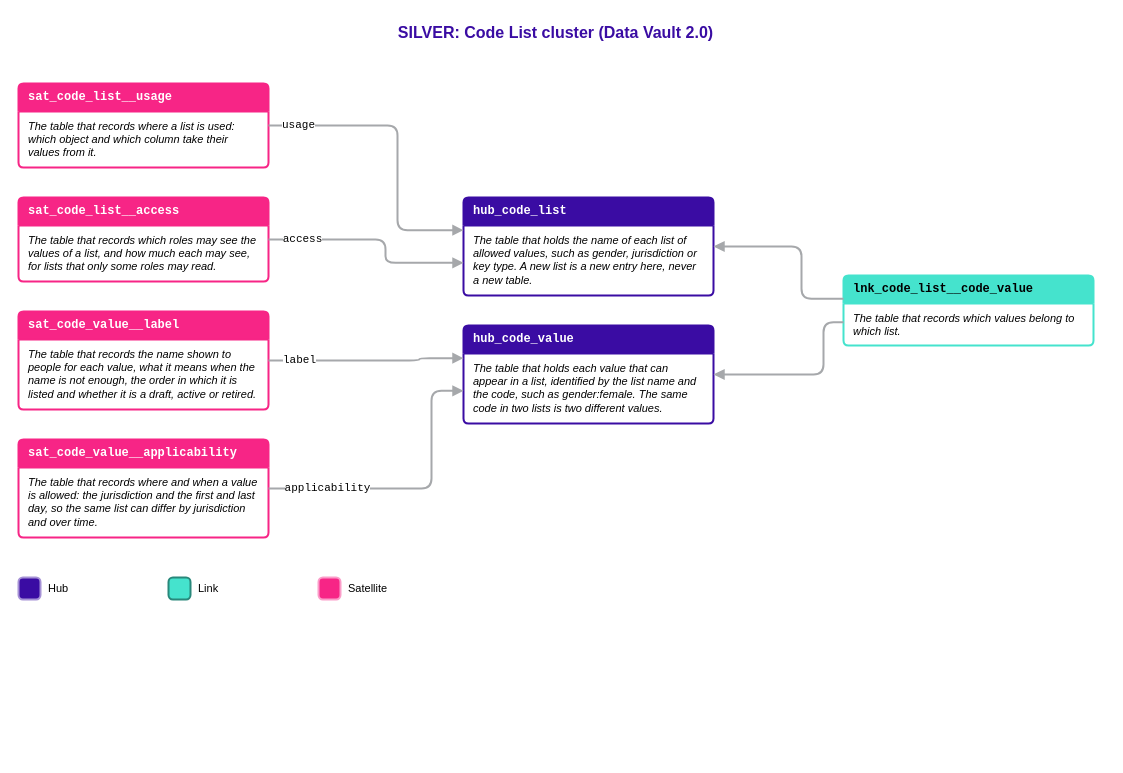
luisruizML/documents keeps this draw.io diagram as Rosetta/Business_Objects/drawio/Diagrams_Code_List_Simplified.drawio. Above is the earlier version. Source tidied: cells renumbered, new cells numbered last; positions are measured from the earlier drawing's top-left corner, leaving out a move shared by most shapes. Both pictures are drawn from the tidied source at 100%, with x=0, y=0 at pixel (18, 17).
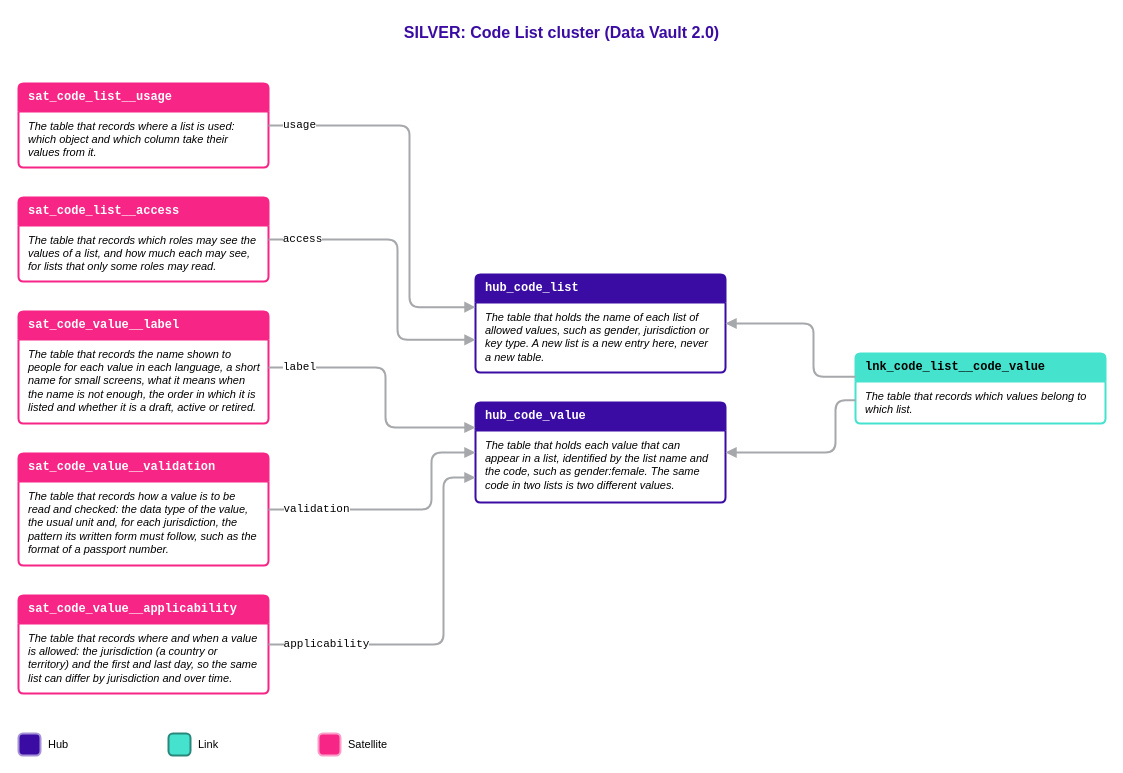
After the change.

The edit, as a diff of the source:
```diff
@@
     <mxCell id="2" value="SILVER: Code List cluster (Data Vault 2.0)" style="text;html=1;whiteSpace=wrap;align=center;verticalAlign=middle;fontFamily=Mulish;fontStyle=1;fontSize=16;fontColor=#3A0CA3;" parent="1" vertex="1">
-      <mxGeometry width="1075" height="30" as="geometry" />
+      <mxGeometry width="1087" height="30" as="geometry" />
     </mxCell>
     <mxCell id="3" value="hub_code_list" style="swimlane;html=1;whiteSpace=wrap;rounded=1;arcSize=6;startSize=28;fillColor=#3A0CA3;swimlaneFillColor=#FFFFFF;strokeColor=#3A0CA3;strokeWidth=2;fontFamily=Courier New;fontSize=12;fontStyle=1;fontColor=#FFFFFF;align=left;spacingLeft=8;" parent="1" vertex="1">
-      <mxGeometry x="445" y="180" width="250" height="98" as="geometry" />
+      <mxGeometry x="457" y="257" width="250" height="98" as="geometry" />
     </mxCell>
@@
     <mxCell id="5" value="hub_code_value" style="swimlane;html=1;whiteSpace=wrap;rounded=1;arcSize=6;startSize=28;fillColor=#3A0CA3;swimlaneFillColor=#FFFFFF;strokeColor=#3A0CA3;strokeWidth=2;fontFamily=Courier New;fontSize=12;fontStyle=1;fontColor=#FFFFFF;align=left;spacingLeft=8;" parent="1" vertex="1">
-      <mxGeometry x="445" y="308" width="250" height="98" as="geometry" />
+      <mxGeometry x="457" y="385" width="250" height="100" as="geometry" />
     </mxCell>
@@
     <mxCell id="7" value="lnk_code_list__code_value" style="swimlane;html=1;whiteSpace=wrap;rounded=1;arcSize=6;startSize=28;fillColor=#45E3CD;swimlaneFillColor=#FFFFFF;strokeColor=#45E3CD;strokeWidth=2;fontFamily=Courier New;fontSize=12;fontStyle=1;fontColor=#000000;align=left;spacingLeft=8;" parent="1" vertex="1">
-      <mxGeometry x="825" y="258" width="250" height="70" as="geometry" />
+      <mxGeometry x="837" y="336" width="250" height="70" as="geometry" />
     </mxCell>
@@
     <mxCell id="9" value="sat_code_value__label" style="swimlane;html=1;whiteSpace=wrap;rounded=1;arcSize=6;startSize=28;fillColor=#F72586;swimlaneFillColor=#FFFFFF;strokeColor=#F72586;strokeWidth=2;fontFamily=Courier New;fontSize=12;fontStyle=1;fontColor=#FFFFFF;align=left;spacingLeft=8;" parent="1" vertex="1">
-      <mxGeometry y="294" width="250" height="98" as="geometry" />
+      <mxGeometry y="294" width="250" height="112" as="geometry" />
     </mxCell>
-    <mxCell id="10" value="The table that records the name shown to people for each value, what it means when the name is not enough, the order in which it is listed and whether it is a draft, active or retired." style="text;html=1;whiteSpace=wrap;align=left;verticalAlign=top;fontFamily=Arial;fontSize=11;fontStyle=2;fontColor=#000000;spacingLeft=8;spacingRight=8;" parent="9" vertex="1">
-      <mxGeometry y="30" width="250" height="62" as="geometry" />
+    <mxCell id="10" value="The table that records the name shown to people for each value in each language, a short name for small screens, what it means when the name is not enough, the order in which it is listed and whether it is a draft, active or retired." style="text;html=1;whiteSpace=wrap;align=left;verticalAlign=top;fontFamily=Arial;fontSize=11;fontStyle=2;fontColor=#000000;spacingLeft=8;spacingRight=8;" parent="9" vertex="1">
+      <mxGeometry y="30" width="250" height="76" as="geometry" />
     </mxCell>
-    <mxCell id="11" value="sat_code_value__applicability" style="swimlane;html=1;whiteSpace=wrap;rounded=1;arcSize=6;startSize=28;fillColor=#F72586;swimlaneFillColor=#FFFFFF;strokeColor=#F72586;strokeWidth=2;fontFamily=Courier New;fontSize=12;fontStyle=1;fontColor=#FFFFFF;align=left;spacingLeft=8;" parent="1" vertex="1">
-      <mxGeometry y="422" width="250" height="98" as="geometry" />
+    <mxCell id="11" value="sat_code_value__validation" style="swimlane;html=1;whiteSpace=wrap;rounded=1;arcSize=6;startSize=28;fillColor=#F72586;swimlaneFillColor=#FFFFFF;strokeColor=#F72586;strokeWidth=2;fontFamily=Courier New;fontSize=12;fontStyle=1;fontColor=#FFFFFF;align=left;spacingLeft=8;" parent="1" vertex="1">
+      <mxGeometry y="436" width="250" height="112" as="geometry" />
     </mxCell>
-    <mxCell id="12" value="The table that records where and when a value is allowed: the jurisdiction and the first and last day, so the same list can differ by jurisdiction and over time." style="text;html=1;whiteSpace=wrap;align=left;verticalAlign=top;fontFamily=Arial;fontSize=11;fontStyle=2;fontColor=#000000;spacingLeft=8;spacingRight=8;" parent="11" vertex="1">
-      <mxGeometry y="30" width="250" height="62" as="geometry" />
+    <mxCell id="12" value="The table that records how a value is to be read and checked: the data type of the value, the usual unit and, for each jurisdiction, the pattern its written form must follow, such as the format of a passport number." style="text;html=1;whiteSpace=wrap;align=left;verticalAlign=top;fontFamily=Arial;fontSize=11;fontStyle=2;fontColor=#000000;spacingLeft=8;spacingRight=8;" parent="11" vertex="1">
+      <mxGeometry y="30" width="250" height="76" as="geometry" />
     </mxCell>
-    <mxCell id="13" value="sat_code_list__usage" style="swimlane;html=1;whiteSpace=wrap;rounded=1;arcSize=6;startSize=28;fillColor=#F72586;swimlaneFillColor=#FFFFFF;strokeColor=#F72586;strokeWidth=2;fontFamily=Courier New;fontSize=12;fontStyle=1;fontColor=#FFFFFF;align=left;spacingLeft=8;" parent="1" vertex="1">
-      <mxGeometry y="66" width="250" height="84" as="geometry" />
+    <mxCell id="13" value="sat_code_value__applicability" style="swimlane;html=1;whiteSpace=wrap;rounded=1;arcSize=6;startSize=28;fillColor=#F72586;swimlaneFillColor=#FFFFFF;strokeColor=#F72586;strokeWidth=2;fontFamily=Courier New;fontSize=12;fontStyle=1;fontColor=#FFFFFF;align=left;spacingLeft=8;" parent="1" vertex="1">
+      <mxGeometry y="578" width="250" height="98" as="geometry" />
     </mxCell>
-    <mxCell id="14" value="The table that records where a list is used: which object and which column take their values from it." style="text;html=1;whiteSpace=wrap;align=left;verticalAlign=top;fontFamily=Arial;fontSize=11;fontStyle=2;fontColor=#000000;spacingLeft=8;spacingRight=8;" parent="13" vertex="1">
-      <mxGeometry y="30" width="250" height="48" as="geometry" />
+    <mxCell id="14" value="The table that records where and when a value is allowed: the jurisdiction (a country or territory) and the first and last day, so the same list can differ by jurisdiction and over time." style="text;html=1;whiteSpace=wrap;align=left;verticalAlign=top;fontFamily=Arial;fontSize=11;fontStyle=2;fontColor=#000000;spacingLeft=8;spacingRight=8;" parent="13" vertex="1">
+      <mxGeometry y="30" width="250" height="62" as="geometry" />
     </mxCell>
-    <mxCell id="15" value="sat_code_list__access" style="swimlane;html=1;whiteSpace=wrap;rounded=1;arcSize=6;startSize=28;fillColor=#F72586;swimlaneFillColor=#FFFFFF;strokeColor=#F72586;strokeWidth=2;fontFamily=Courier New;fontSize=12;fontStyle=1;fontColor=#FFFFFF;align=left;spacingLeft=8;" parent="1" vertex="1">
-      <mxGeometry y="180" width="250" height="84" as="geometry" />
+    <mxCell id="15" value="sat_code_list__usage" style="swimlane;html=1;whiteSpace=wrap;rounded=1;arcSize=6;startSize=28;fillColor=#F72586;swimlaneFillColor=#FFFFFF;strokeColor=#F72586;strokeWidth=2;fontFamily=Courier New;fontSize=12;fontStyle=1;fontColor=#FFFFFF;align=left;spacingLeft=8;" parent="1" vertex="1">
+      <mxGeometry y="66" width="250" height="84" as="geometry" />
     </mxCell>
-    <mxCell id="16" value="The table that records which roles may see the values of a list, and how much each may see, for lists that only some roles may read." style="text;html=1;whiteSpace=wrap;align=left;verticalAlign=top;fontFamily=Arial;fontSize=11;fontStyle=2;fontColor=#000000;spacingLeft=8;spacingRight=8;" parent="15" vertex="1">
+    <mxCell id="16" value="The table that records where a list is used: which object and which column take their values from it." style="text;html=1;whiteSpace=wrap;align=left;verticalAlign=top;fontFamily=Arial;fontSize=11;fontStyle=2;fontColor=#000000;spacingLeft=8;spacingRight=8;" parent="15" vertex="1">
       <mxGeometry y="30" width="250" height="48" as="geometry" />
     </mxCell>
-    <mxCell id="17" style="edgeStyle=orthogonalEdgeStyle;rounded=1;jumpStyle=arc;jumpSize=8;html=1;strokeColor=#A6A8AB;strokeWidth=2;endArrow=block;endFill=1;exitX=0;exitY=0.3333;exitDx=0;exitDy=0;entryX=1;entryY=0.5;entryDx=0;entryDy=0;labelBackgroundColor=#FFFFFF;fontFamily=Courier New;fontSize=11;fontColor=#000000;" parent="1" edge="1" source="7" target="3">
-      <mxGeometry x="-0.89" relative="1" as="geometry">
-        <Array as="points">
-          <mxPoint x="783" y="281.3" />
-          <mxPoint x="783" y="229" />
-        </Array>
-      </mxGeometry>
+    <mxCell id="17" value="sat_code_list__access" style="swimlane;html=1;whiteSpace=wrap;rounded=1;arcSize=6;startSize=28;fillColor=#F72586;swimlaneFillColor=#FFFFFF;strokeColor=#F72586;strokeWidth=2;fontFamily=Courier New;fontSize=12;fontStyle=1;fontColor=#FFFFFF;align=left;spacingLeft=8;" parent="1" vertex="1">
+      <mxGeometry y="180" width="250" height="84" as="geometry" />
     </mxCell>
-    <mxCell id="18" style="edgeStyle=orthogonalEdgeStyle;rounded=1;jumpStyle=arc;jumpSize=8;html=1;strokeColor=#A6A8AB;strokeWidth=2;endArrow=block;endFill=1;exitX=0;exitY=0.6667;exitDx=0;exitDy=0;entryX=1;entryY=0.5;entryDx=0;entryDy=0;labelBackgroundColor=#FFFFFF;fontFamily=Courier New;fontSize=11;fontColor=#000000;" parent="1" edge="1" source="7" target="5">
-      <mxGeometry x="-0.89" relative="1" as="geometry">
-        <Array as="points">
-          <mxPoint x="805" y="304.7" />
-          <mxPoint x="805" y="357" />
-        </Array>
-      </mxGeometry>
+    <mxCell id="18" value="The table that records which roles may see the values of a list, and how much each may see, for lists that only some roles may read." style="text;html=1;whiteSpace=wrap;align=left;verticalAlign=top;fontFamily=Arial;fontSize=11;fontStyle=2;fontColor=#000000;spacingLeft=8;spacingRight=8;" parent="17" vertex="1">
+      <mxGeometry y="30" width="250" height="48" as="geometry" />
     </mxCell>
-    <mxCell id="19" value="label" style="edgeStyle=orthogonalEdgeStyle;rounded=1;jumpStyle=arc;jumpSize=8;html=1;strokeColor=#A6A8AB;strokeWidth=2;endArrow=block;endFill=1;exitX=1;exitY=0.5;exitDx=0;exitDy=0;entryX=0;entryY=0.3333;entryDx=0;entryDy=0;labelBackgroundColor=#FFFFFF;fontFamily=Courier New;fontSize=11;fontColor=#000000;" parent="1" edge="1" source="9" target="5">
-      <mxGeometry x="-0.69" relative="1" as="geometry">
+    <mxCell id="19" style="edgeStyle=orthogonalEdgeStyle;rounded=1;jumpStyle=arc;jumpSize=8;html=1;strokeColor=#A6A8AB;strokeWidth=2;endArrow=block;endFill=1;exitX=0;exitY=0.3333;exitDx=0;exitDy=0;entryX=1;entryY=0.5;entryDx=0;entryDy=0;labelBackgroundColor=#FFFFFF;fontFamily=Courier New;fontSize=11;fontColor=#000000;" parent="1" edge="1" source="7" target="3">
+      <mxGeometry x="-0.89" relative="1" as="geometry">
         <Array as="points">
-          <mxPoint x="401" y="343" />
-          <mxPoint x="401" y="340.7" />
+          <mxPoint x="795" y="359.3" />
+          <mxPoint x="795" y="306" />
         </Array>
       </mxGeometry>
     </mxCell>
-    <mxCell id="20" value="applicability" style="edgeStyle=orthogonalEdgeStyle;rounded=1;jumpStyle=arc;jumpSize=8;html=1;strokeColor=#A6A8AB;strokeWidth=2;endArrow=block;endFill=1;exitX=1;exitY=0.5;exitDx=0;exitDy=0;entryX=0;entryY=0.6667;entryDx=0;entryDy=0;labelBackgroundColor=#FFFFFF;fontFamily=Courier New;fontSize=11;fontColor=#000000;" parent="1" edge="1" source="11" target="5">
-      <mxGeometry x="-0.6" relative="1" as="geometry">
+    <mxCell id="20" style="edgeStyle=orthogonalEdgeStyle;rounded=1;jumpStyle=arc;jumpSize=8;html=1;strokeColor=#A6A8AB;strokeWidth=2;endArrow=block;endFill=1;exitX=0;exitY=0.6667;exitDx=0;exitDy=0;entryX=1;entryY=0.5;entryDx=0;entryDy=0;labelBackgroundColor=#FFFFFF;fontFamily=Courier New;fontSize=11;fontColor=#000000;" parent="1" edge="1" source="7" target="5">
+      <mxGeometry x="-0.89" relative="1" as="geometry">
         <Array as="points">
-          <mxPoint x="413" y="471" />
-          <mxPoint x="413" y="373.3" />
+          <mxPoint x="817" y="382.7" />
+          <mxPoint x="817" y="435" />
         </Array>
       </mxGeometry>
     </mxCell>
-    <mxCell id="21" value="usage" style="edgeStyle=orthogonalEdgeStyle;rounded=1;jumpStyle=arc;jumpSize=8;html=1;strokeColor=#A6A8AB;strokeWidth=2;endArrow=block;endFill=1;exitX=1;exitY=0.5;exitDx=0;exitDy=0;entryX=0;entryY=0.3333;entryDx=0;entryDy=0;labelBackgroundColor=#FFFFFF;fontFamily=Courier New;fontSize=11;fontColor=#000000;" parent="1" edge="1" source="13" target="3">
-      <mxGeometry x="-0.8" relative="1" as="geometry">
+    <mxCell id="21" value="label" style="edgeStyle=orthogonalEdgeStyle;rounded=1;jumpStyle=arc;jumpSize=8;html=1;strokeColor=#A6A8AB;strokeWidth=2;endArrow=block;endFill=1;exitX=1;exitY=0.5;exitDx=0;exitDy=0;entryX=0;entryY=0.25;entryDx=0;entryDy=0;labelBackgroundColor=#FFFFFF;fontFamily=Courier New;fontSize=11;fontColor=#000000;" parent="1" edge="1" source="9" target="5">
+      <mxGeometry x="-0.77" relative="1" as="geometry">
         <Array as="points">
-          <mxPoint x="379" y="108" />
-          <mxPoint x="379" y="212.7" />
+          <mxPoint x="367" y="350" />
+          <mxPoint x="367" y="410" />
         </Array>
       </mxGeometry>
     </mxCell>
-    <mxCell id="22" value="access" style="edgeStyle=orthogonalEdgeStyle;rounded=1;jumpStyle=arc;jumpSize=8;html=1;strokeColor=#A6A8AB;strokeWidth=2;endArrow=block;endFill=1;exitX=1;exitY=0.5;exitDx=0;exitDy=0;entryX=0;entryY=0.6667;entryDx=0;entryDy=0;labelBackgroundColor=#FFFFFF;fontFamily=Courier New;fontSize=11;fontColor=#000000;" parent="1" edge="1" source="15" target="3">
-      <mxGeometry x="-0.69" relative="1" as="geometry">
+    <mxCell id="22" value="validation" style="edgeStyle=orthogonalEdgeStyle;rounded=1;jumpStyle=arc;jumpSize=8;html=1;strokeColor=#A6A8AB;strokeWidth=2;endArrow=block;endFill=1;exitX=1;exitY=0.5;exitDx=0;exitDy=0;entryX=0;entryY=0.5;entryDx=0;entryDy=0;labelBackgroundColor=#FFFFFF;fontFamily=Courier New;fontSize=11;fontColor=#000000;" parent="1" edge="1" source="11" target="5">
+      <mxGeometry x="-0.64" relative="1" as="geometry">
         <Array as="points">
-          <mxPoint x="367" y="222" />
-          <mxPoint x="367" y="245.3" />
+          <mxPoint x="413" y="492" />
+          <mxPoint x="413" y="435" />
         </Array>
       </mxGeometry>
     </mxCell>
-    <mxCell id="23" style="rounded=1;arcSize=20;fillColor=#3A0CA3;strokeColor=#A692D6;strokeWidth=2;" parent="1" vertex="1">
-      <mxGeometry y="560" width="22" height="22" as="geometry" />
+    <mxCell id="23" value="applicability" style="edgeStyle=orthogonalEdgeStyle;rounded=1;jumpStyle=arc;jumpSize=8;html=1;strokeColor=#A6A8AB;strokeWidth=2;endArrow=block;endFill=1;exitX=1;exitY=0.5;exitDx=0;exitDy=0;entryX=0;entryY=0.75;entryDx=0;entryDy=0;labelBackgroundColor=#FFFFFF;fontFamily=Courier New;fontSize=11;fontColor=#000000;" parent="1" edge="1" source="13" target="5">
+      <mxGeometry x="-0.69" relative="1" as="geometry">
+        <Array as="points">
+          <mxPoint x="425" y="627" />
+          <mxPoint x="425" y="460" />
+        </Array>
+      </mxGeometry>
     </mxCell>
-    <mxCell id="24" value="Hub" style="text;html=1;align=left;verticalAlign=middle;fontFamily=Arial;fontSize=11;fontColor=#000000;" parent="1" vertex="1">
-      <mxGeometry x="28" y="560" width="110" height="22" as="geometry" />
+    <mxCell id="24" value="usage" style="edgeStyle=orthogonalEdgeStyle;rounded=1;jumpStyle=arc;jumpSize=8;html=1;strokeColor=#A6A8AB;strokeWidth=2;endArrow=block;endFill=1;exitX=1;exitY=0.5;exitDx=0;exitDy=0;entryX=0;entryY=0.3333;entryDx=0;entryDy=0;labelBackgroundColor=#FFFFFF;fontFamily=Courier New;fontSize=11;fontColor=#000000;" parent="1" edge="1" source="15" target="3">
+      <mxGeometry x="-0.84" relative="1" as="geometry">
+        <Array as="points">
+          <mxPoint x="391" y="108" />
+          <mxPoint x="391" y="289.7" />
+        </Array>
+      </mxGeometry>
     </mxCell>
-    <mxCell id="25" style="rounded=1;arcSize=20;fillColor=#45E3CD;strokeColor=#29887B;strokeWidth=2;" parent="1" vertex="1">
-      <mxGeometry x="150" y="560" width="22" height="22" as="geometry" />
+    <mxCell id="25" value="access" style="edgeStyle=orthogonalEdgeStyle;rounded=1;jumpStyle=arc;jumpSize=8;html=1;strokeColor=#A6A8AB;strokeWidth=2;endArrow=block;endFill=1;exitX=1;exitY=0.5;exitDx=0;exitDy=0;entryX=0;entryY=0.6667;entryDx=0;entryDy=0;labelBackgroundColor=#FFFFFF;fontFamily=Courier New;fontSize=11;fontColor=#000000;" parent="1" edge="1" source="17" target="3">
+      <mxGeometry x="-0.78" relative="1" as="geometry">
+        <Array as="points">
+          <mxPoint x="379" y="222" />
+          <mxPoint x="379" y="322.3" />
+        </Array>
+      </mxGeometry>
     </mxCell>
-    <mxCell id="26" value="Link" style="text;html=1;align=left;verticalAlign=middle;fontFamily=Arial;fontSize=11;fontColor=#000000;" parent="1" vertex="1">
-      <mxGeometry x="178" y="560" width="110" height="22" as="geometry" />
+    <mxCell id="26" style="rounded=1;arcSize=20;fillColor=#3A0CA3;strokeColor=#A692D6;strokeWidth=2;" parent="1" vertex="1">
+      <mxGeometry y="716" width="22" height="22" as="geometry" />
     </mxCell>
-    <mxCell id="27" style="rounded=1;arcSize=20;fillColor=#F72586;strokeColor=#FB9DC9;strokeWidth=2;" parent="1" vertex="1">
-      <mxGeometry x="300" y="560" width="22" height="22" as="geometry" />
+    <mxCell id="27" value="Hub" style="text;html=1;align=left;verticalAlign=middle;fontFamily=Arial;fontSize=11;fontColor=#000000;" parent="1" vertex="1">
+      <mxGeometry x="28" y="716" width="110" height="22" as="geometry" />
     </mxCell>
-    <mxCell id="28" value="Satellite" style="text;html=1;align=left;verticalAlign=middle;fontFamily=Arial;fontSize=11;fontColor=#000000;" parent="1" vertex="1">
-      <mxGeometry x="328" y="560" width="110" height="22" as="geometry" />
+    <mxCell id="28" style="rounded=1;arcSize=20;fillColor=#45E3CD;strokeColor=#29887B;strokeWidth=2;" parent="1" vertex="1">
+      <mxGeometry x="150" y="716" width="22" height="22" as="geometry" />
     </mxCell>
+    <mxCell id="29" value="Link" style="text;html=1;align=left;verticalAlign=middle;fontFamily=Arial;fontSize=11;fontColor=#000000;" parent="1" vertex="1">
+      <mxGeometry x="178" y="716" width="110" height="22" as="geometry" />
+    </mxCell>
+    <mxCell id="30" style="rounded=1;arcSize=20;fillColor=#F72586;strokeColor=#FB9DC9;strokeWidth=2;" parent="1" vertex="1">
+      <mxGeometry x="300" y="716" width="22" height="22" as="geometry" />
+    </mxCell>
+    <mxCell id="31" value="Satellite" style="text;html=1;align=left;verticalAlign=middle;fontFamily=Arial;fontSize=11;fontColor=#000000;" parent="1" vertex="1">
+      <mxGeometry x="328" y="716" width="110" height="22" as="geometry" />
+    </mxCell>
```
